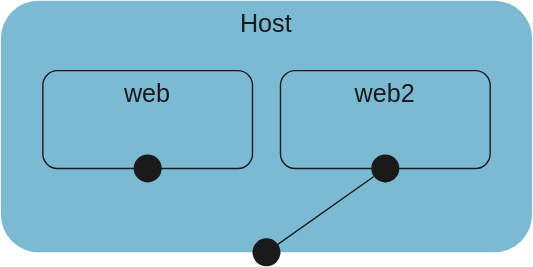
Above: slides/2022-03-31/010_basics/03_networking/network.drawio.svg in nicholasdille/dille.name (draw.io), before the change. Source tidied: cells renumbered, new cells last; positions are measured from the earlier drawing's top-left corner, leaving out a move shared by most shapes.
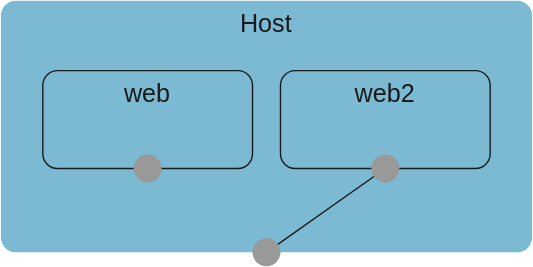
Above is the later version.

The edit, as a diff of the source:
```diff
@@ -2,7 +2,7 @@
   <root>
     <mxCell id="0" />
     <mxCell id="1" parent="0" />
-    <mxCell id="2" value="Host" style="rounded=1;whiteSpace=wrap;html=1;fillColor=#7CBAD4;strokeColor=none;fontColor=#1A1A1A;verticalAlign=top;fontSize=18;" parent="1" vertex="1">
+    <mxCell id="2" value="Host" style="rounded=1;whiteSpace=wrap;html=1;fillColor=#7CBAD4;strokeColor=none;fontColor=#1A1A1A;verticalAlign=top;fontSize=18;arcSize=6;" parent="1" vertex="1">
       <mxGeometry width="380" height="180" as="geometry" />
     </mxCell>
     <mxCell id="3" value="web" style="rounded=1;whiteSpace=wrap;html=1;fillColor=#7CBAD4;fontColor=#1A1A1A;verticalAlign=top;fontSize=18;strokeColor=#1A1A1A;" parent="1" vertex="1">
@@ -14,7 +14,7 @@
     <mxCell id="5" style="endArrow=none;html=1;fontSize=18;fontColor=#1A1A1A;entryX=0.5;entryY=1;entryDx=0;entryDy=0;exitX=0.5;exitY=1;exitDx=0;exitDy=0;strokeColor=#1A1A1A;targetPerimeterSpacing=0;" parent="1" edge="1" source="6" target="4">
       <mxGeometry relative="1" as="geometry" />
     </mxCell>
-    <mxCell id="6" style="ellipse;whiteSpace=wrap;html=1;fontSize=18;fontColor=#1A1A1A;fillColor=#1A1A1A;strokeColor=none;" parent="1" vertex="1">
+    <mxCell id="6" style="ellipse;whiteSpace=wrap;html=1;fontSize=18;fillColor=#999999;strokeColor=none;" parent="1" vertex="1">
       <mxGeometry x="265" y="110" width="20" height="20" as="geometry" />
     </mxCell>
     <mxCell id="7" style="endArrow=none;html=1;fontSize=18;fontColor=#1A1A1A;strokeColor=#1A1A1A;targetPerimeterSpacing=0;" parent="1" edge="1" target="6">
@@ -22,13 +22,13 @@
         <mxPoint x="190" y="180" as="sourcePoint" />
       </mxGeometry>
     </mxCell>
-    <mxCell id="8" style="ellipse;whiteSpace=wrap;html=1;fontSize=18;fontColor=#1A1A1A;fillColor=#1A1A1A;strokeColor=none;" parent="1" vertex="1">
+    <mxCell id="8" style="ellipse;whiteSpace=wrap;html=1;fontSize=18;fillColor=#999999;strokeColor=none;" parent="1" vertex="1">
       <mxGeometry x="180" y="170" width="20" height="20" as="geometry" />
     </mxCell>
     <mxCell id="9" style="endArrow=none;html=1;fontSize=18;fontColor=#1A1A1A;exitX=0.5;exitY=1;exitDx=0;exitDy=0;strokeColor=#1A1A1A;targetPerimeterSpacing=0;" parent="1" edge="1" source="2" target="8">
       <mxGeometry relative="1" as="geometry" />
     </mxCell>
-    <mxCell id="10" style="ellipse;whiteSpace=wrap;html=1;fontSize=18;fontColor=#1A1A1A;fillColor=#1A1A1A;strokeColor=none;" parent="1" vertex="1">
+    <mxCell id="10" style="ellipse;whiteSpace=wrap;html=1;fontSize=18;fillColor=#999999;strokeColor=none;" parent="1" vertex="1">
       <mxGeometry x="95" y="110" width="20" height="20" as="geometry" />
     </mxCell>
   </root>
```
